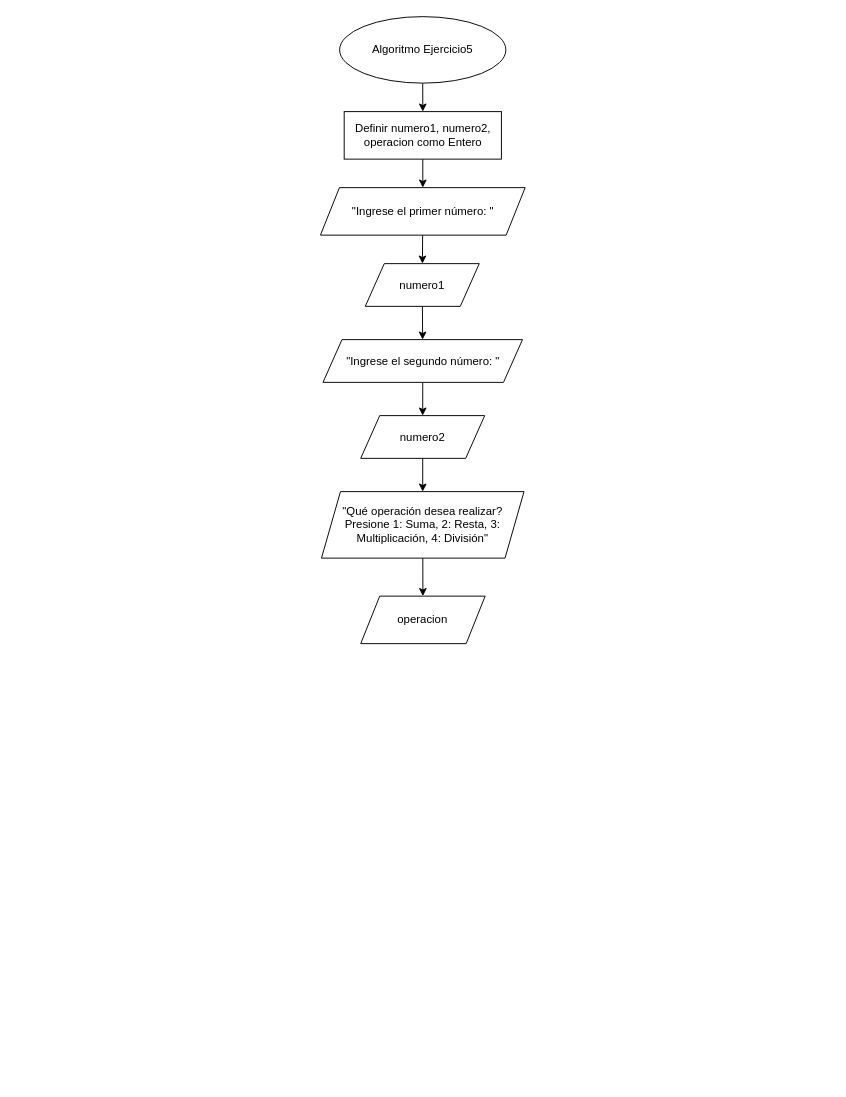
Earlier version of the draw.io diagram programacion-1/ejercicios-1/ejercitacion-2/ej5/ej5-diagrama-flujo.drawio (franbarassi/utn-programming-journey). Source tidied: cells renumbered, new cells numbered last; positions are measured from the earlier drawing's top-left corner, leaving out a move shared by most shapes. Both pictures are drawn from the tidied source at 95%, with x=0, y=0 at pixel (320, 16).
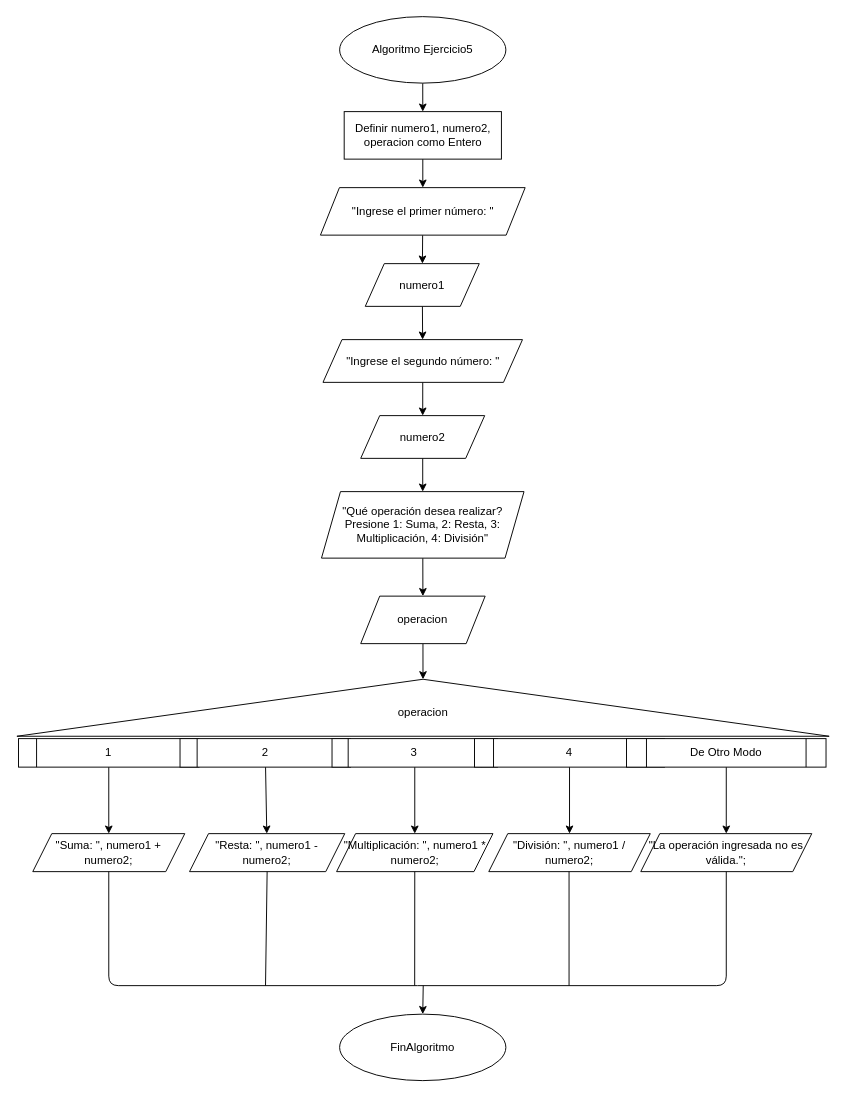
The same diagram, later.

Commit message (it also covers changes not shown here):
feat(prog1): Realizo el diagrama de flujo correspondiente a programacion-1/ejercicios-1/ejercitacion-2/ej5

The change refers to these unchanged cells:
```xml
<mxCell id="16" value="operacion" style="shape=parallelogram;perimeter=parallelogramPerimeter;whiteSpace=wrap;html=1;fixedSize=1;" parent="1" vertex="1">
  <mxGeometry x="42.2" y="610" width="131" height="50" as="geometry" />
</mxCell>
```

Change to the diagram source:
```diff
@@
-<mxGraphModel>
+<mxGraphModel background="light-dark(#FFFFFF,#0A0A0A)">
@@
+    <mxCell id="17" style="edgeStyle=none;html=1;" parent="1" edge="1" source="16" target="18">
+      <mxGeometry relative="1" as="geometry" />
+    </mxCell>
@@
+    <mxCell id="18" style="triangle;whiteSpace=wrap;html=1;rotation=-90;" parent="1" vertex="1">
+      <mxGeometry x="77.8" y="300" width="60" height="855" as="geometry" />
+    </mxCell>
+    <mxCell id="19" value="operacion" style="text;html=1;align=center;verticalAlign=middle;whiteSpace=wrap;rounded=0;" parent="1" vertex="1">
+      <mxGeometry x="77.8" y="717.5" width="60" height="30" as="geometry" />
+    </mxCell>
+    <mxCell id="20" style="edgeStyle=none;html=1;entryX=0.5;entryY=0;entryDx=0;entryDy=0;" parent="1" edge="1" source="21" target="30">
+      <mxGeometry relative="1" as="geometry" />
+    </mxCell>
+    <mxCell id="21" value="1" style="shape=process;whiteSpace=wrap;html=1;backgroundOutline=1;" parent="1" vertex="1">
+      <mxGeometry x="-318" y="760" width="190" height="30" as="geometry" />
+    </mxCell>
+    <mxCell id="22" style="edgeStyle=none;html=1;" parent="1" edge="1" source="23" target="31">
+      <mxGeometry relative="1" as="geometry" />
+    </mxCell>
+    <mxCell id="23" value="2" style="shape=process;whiteSpace=wrap;html=1;backgroundOutline=1;" parent="1" vertex="1">
+      <mxGeometry x="-148" y="760" width="179.5" height="30" as="geometry" />
+    </mxCell>
+    <mxCell id="24" style="edgeStyle=none;html=1;" parent="1" edge="1" source="25" target="32">
+      <mxGeometry relative="1" as="geometry" />
+    </mxCell>
+    <mxCell id="25" value="3" style="shape=process;whiteSpace=wrap;html=1;backgroundOutline=1;" parent="1" vertex="1">
+      <mxGeometry x="12" y="760" width="174.2" height="30" as="geometry" />
+    </mxCell>
+    <mxCell id="26" style="edgeStyle=none;html=1;" parent="1" edge="1" source="27" target="33">
+      <mxGeometry relative="1" as="geometry" />
+    </mxCell>
+    <mxCell id="27" value="4" style="shape=process;whiteSpace=wrap;html=1;backgroundOutline=1;" parent="1" vertex="1">
+      <mxGeometry x="162" y="760" width="200" height="30" as="geometry" />
+    </mxCell>
+    <mxCell id="28" style="edgeStyle=none;html=1;" parent="1" edge="1" source="29" target="34">
+      <mxGeometry relative="1" as="geometry" />
+    </mxCell>
+    <mxCell id="29" value="De Otro Modo" style="shape=process;whiteSpace=wrap;html=1;backgroundOutline=1;" parent="1" vertex="1">
+      <mxGeometry x="322" y="760" width="210" height="30" as="geometry" />
+    </mxCell>
+    <mxCell id="30" value="&quot;Suma: &quot;, numero1 + numero2;" style="shape=parallelogram;perimeter=parallelogramPerimeter;whiteSpace=wrap;html=1;fixedSize=1;" parent="1" vertex="1">
+      <mxGeometry x="-303" y="860" width="160" height="40" as="geometry" />
+    </mxCell>
+    <mxCell id="31" value="&quot;Resta: &quot;, numero1 - numero2;" style="shape=parallelogram;perimeter=parallelogramPerimeter;whiteSpace=wrap;html=1;fixedSize=1;" parent="1" vertex="1">
+      <mxGeometry x="-138" y="860" width="163.4" height="40" as="geometry" />
+    </mxCell>
+    <mxCell id="32" value="&quot;Multiplicación: &quot;, numero1 * numero2;" style="shape=parallelogram;perimeter=parallelogramPerimeter;whiteSpace=wrap;html=1;fixedSize=1;" parent="1" vertex="1">
+      <mxGeometry x="16.8" y="860" width="164.6" height="40" as="geometry" />
+    </mxCell>
+    <mxCell id="33" value="&quot;División: &quot;, numero1 / numero2;" style="shape=parallelogram;perimeter=parallelogramPerimeter;whiteSpace=wrap;html=1;fixedSize=1;" parent="1" vertex="1">
+      <mxGeometry x="177" y="860" width="170" height="40" as="geometry" />
+    </mxCell>
+    <mxCell id="34" value="&quot;La operación ingresada no es válida.&quot;;" style="shape=parallelogram;perimeter=parallelogramPerimeter;whiteSpace=wrap;html=1;fixedSize=1;" parent="1" vertex="1">
+      <mxGeometry x="337" y="860" width="180" height="40" as="geometry" />
+    </mxCell>
+    <mxCell id="35" value="FinAlgoritmo" style="ellipse;whiteSpace=wrap;html=1;" parent="1" vertex="1">
+      <mxGeometry x="20" y="1050" width="175" height="70" as="geometry" />
+    </mxCell>
+    <mxCell id="36" style="endArrow=none;html=1;exitX=0.5;exitY=1;exitDx=0;exitDy=0;" parent="1" edge="1" source="30">
+      <mxGeometry relative="1" as="geometry">
+        <mxPoint x="102" y="1020" as="targetPoint" />
+        <Array as="points">
+          <mxPoint x="-223" y="1020" />
+        </Array>
+      </mxGeometry>
+    </mxCell>
+    <mxCell id="37" style="endArrow=none;html=1;exitX=0.5;exitY=1;exitDx=0;exitDy=0;" parent="1" edge="1" source="34">
+      <mxGeometry relative="1" as="geometry">
+        <mxPoint x="102" y="1020" as="targetPoint" />
+        <Array as="points">
+          <mxPoint x="427" y="1020" />
+        </Array>
+      </mxGeometry>
+    </mxCell>
+    <mxCell id="38" style="endArrow=none;html=1;exitX=0.5;exitY=1;exitDx=0;exitDy=0;" parent="1" edge="1" source="31">
+      <mxGeometry relative="1" as="geometry">
+        <mxPoint x="-58" y="1020" as="targetPoint" />
+      </mxGeometry>
+    </mxCell>
+    <mxCell id="39" style="endArrow=none;html=1;exitX=0.5;exitY=1;exitDx=0;exitDy=0;" parent="1" edge="1" source="32">
+      <mxGeometry relative="1" as="geometry">
+        <mxPoint x="99" y="1020" as="targetPoint" />
+      </mxGeometry>
+    </mxCell>
+    <mxCell id="40" style="endArrow=none;html=1;exitX=0.5;exitY=1;exitDx=0;exitDy=0;" parent="1" edge="1">
+      <mxGeometry relative="1" as="geometry">
+        <mxPoint x="261.5" y="900" as="sourcePoint" />
+        <mxPoint x="261.5" y="1020" as="targetPoint" />
+      </mxGeometry>
+    </mxCell>
+    <mxCell id="41" style="endArrow=classic;html=1;entryX=0.5;entryY=0;entryDx=0;entryDy=0;" parent="1" edge="1" target="35">
+      <mxGeometry relative="1" as="geometry">
+        <mxPoint x="108" y="1020" as="sourcePoint" />
+      </mxGeometry>
+    </mxCell>
```
